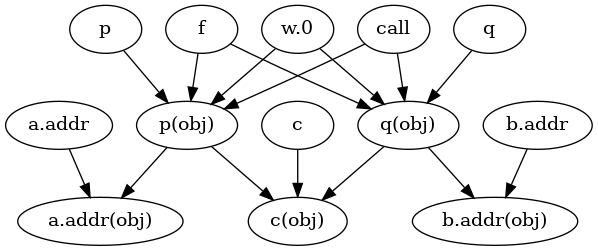
Above: sample-output/ptg.png in enochii/simple-pointer-analysis (Graphviz), before the change. Its source is kept beside it as sample-output/ptg.dot.
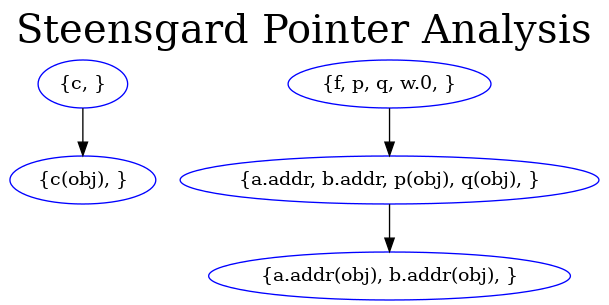
After the commit.

What changed in the source:
```diff
@@ -1,17 +1,7 @@
-digraph points_to_graph {
-	"f" -> "p(obj)"
-	"f" -> "q(obj)"
-	"a.addr" -> "a.addr(obj)"
-	"b.addr" -> "b.addr(obj)"
-	"c" -> "c(obj)"
-	"p" -> "p(obj)"
-	"q" -> "q(obj)"
-	"w.0" -> "p(obj)"
-	"w.0" -> "q(obj)"
-	"p(obj)" -> "a.addr(obj)"
-	"p(obj)" -> "c(obj)"
-	"q(obj)" -> "b.addr(obj)"
-	"q(obj)" -> "c(obj)"
-	"call" -> "p(obj)"
-	"call" -> "q(obj)"
+digraph unification_ptg {
+	graph [label="Steensgard Pointer Analysis",labelloc=t,fontsize=30];
+	node [color=blue];
+	"{c, }" -> "{c(obj), }";
+	"{f, p, q, w.0, }" -> "{a.addr, b.addr, p(obj), q(obj), }";
+	"{a.addr, b.addr, p(obj), q(obj), }" -> "{a.addr(obj), b.addr(obj), }";
 }
```
